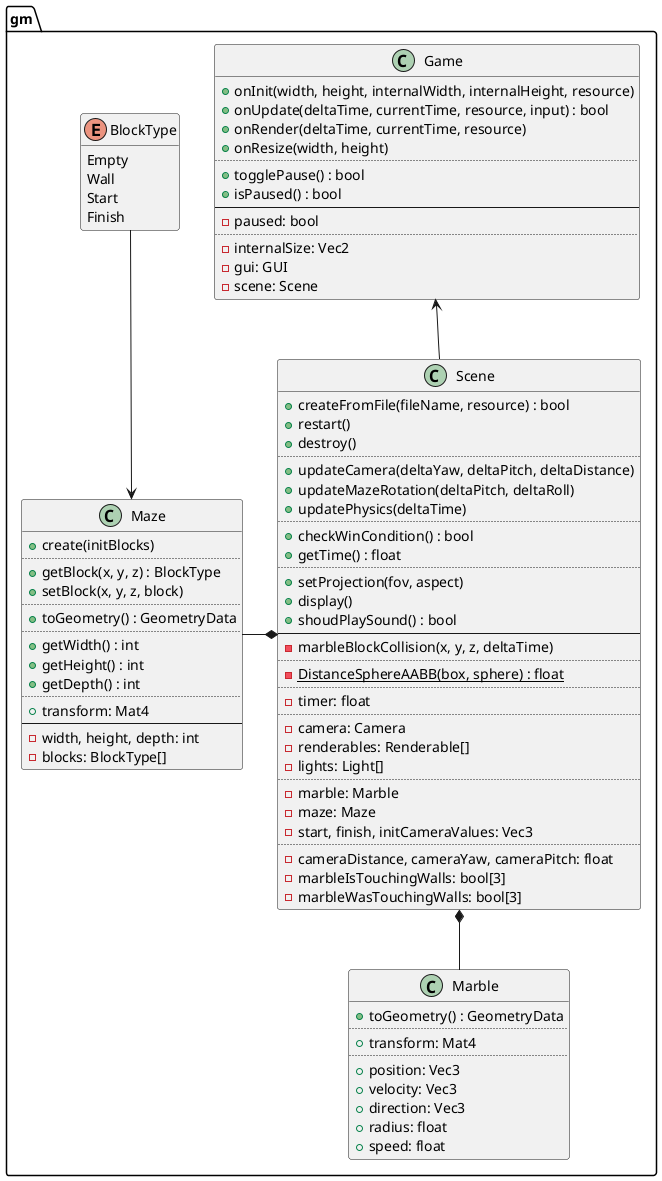
Earlier version of the PlantUML export design/gm.png (ba6er/marblemaze).
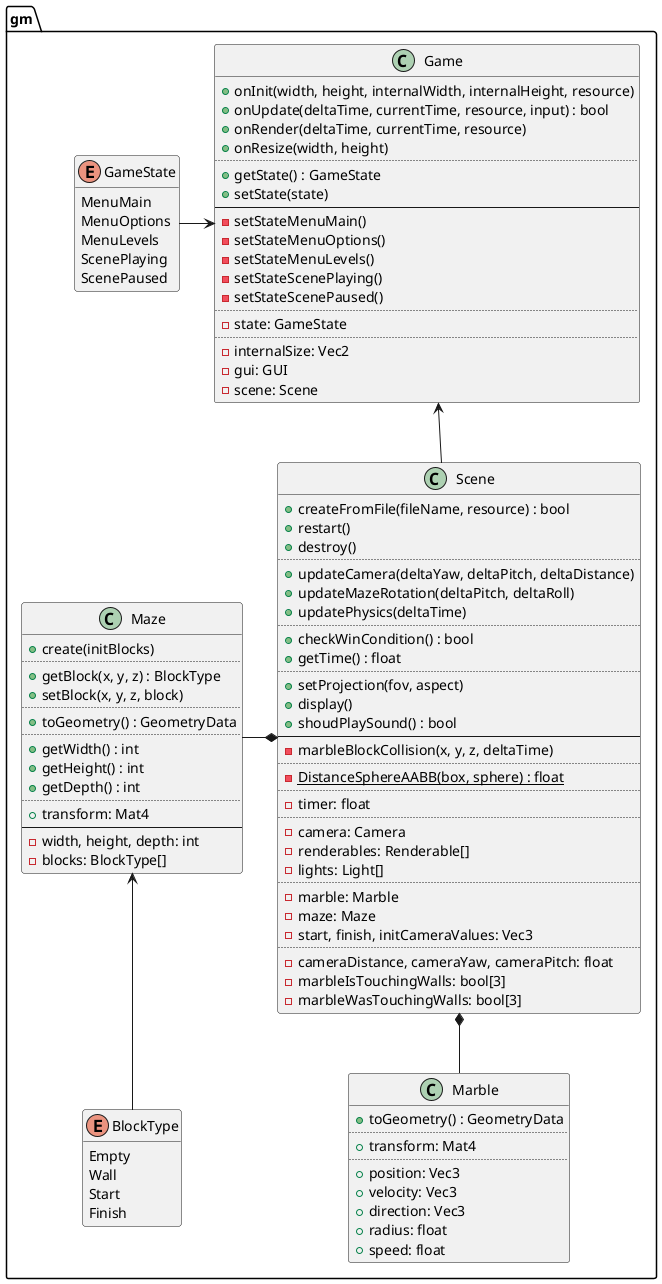
The same file after the commit.

Commit message:
Added GameState and Game state management

Diff of the diagram source:
```diff
@@ -1,5 +1,14 @@
 @startuml
 set separator ::
+
+enum gm::GameState {
+	MenuMain
+	MenuOptions
+	MenuLevels
+	ScenePlaying
+	ScenePaused
+}
+hide GameState methods
 
 class gm::Game {
 	+onInit(width, height, internalWidth, internalHeight, resource)
@@ -7,10 +16,16 @@
 	+onRender(deltaTime, currentTime, resource)
 	+onResize(width, height)
 	..
-	+togglePause() : bool
-	+isPaused() : bool
+	+getState() : GameState
+	+setState(state)
 	--
-	-paused: bool
+	-setStateMenuMain()
+	-setStateMenuOptions()
+	-setStateMenuLevels()
+	-setStateScenePlaying()
+	-setStateScenePaused()
+	..
+	-state: GameState
 	..
 	-internalSize: Vec2
 	-gui: GUI
@@ -90,11 +105,12 @@
 	+speed: float
 }
 
-Maze <-up- BlockType
+Maze <-down- BlockType
 
 Scene *-left- Maze
 Scene *-down- Marble
 
+Game <-left- GameState
 Game <-- Scene
 
 @enduml
```
